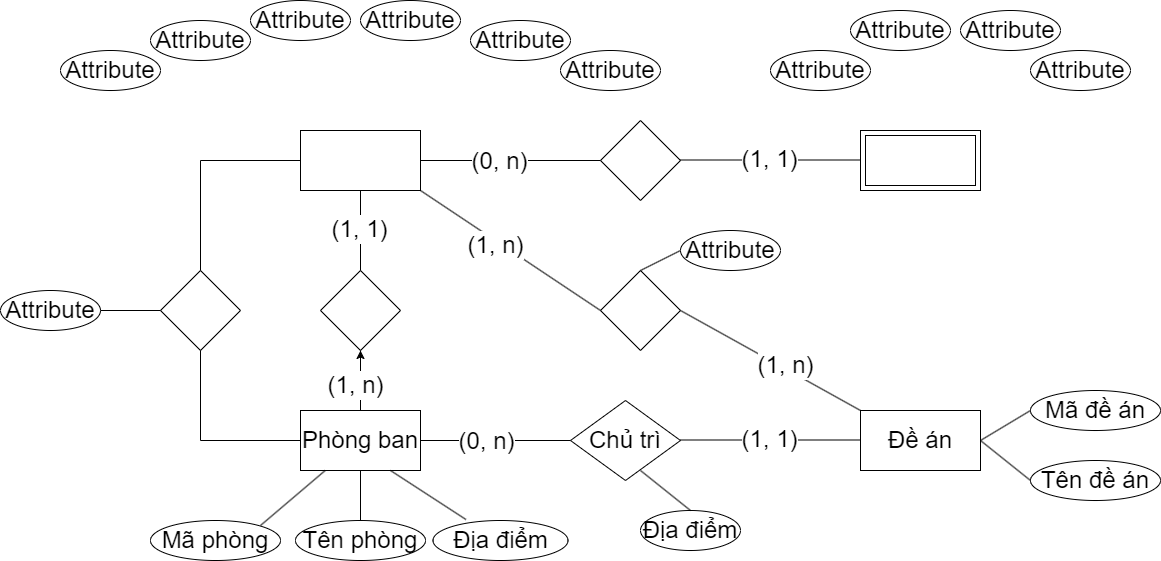
Above: Chương 2.png in datnham0212/learning (draw.io), before the change. Source tidied: cells renumbered, new cells last; positions are measured from the earlier drawing's top-left corner, leaving out a move shared by most shapes.
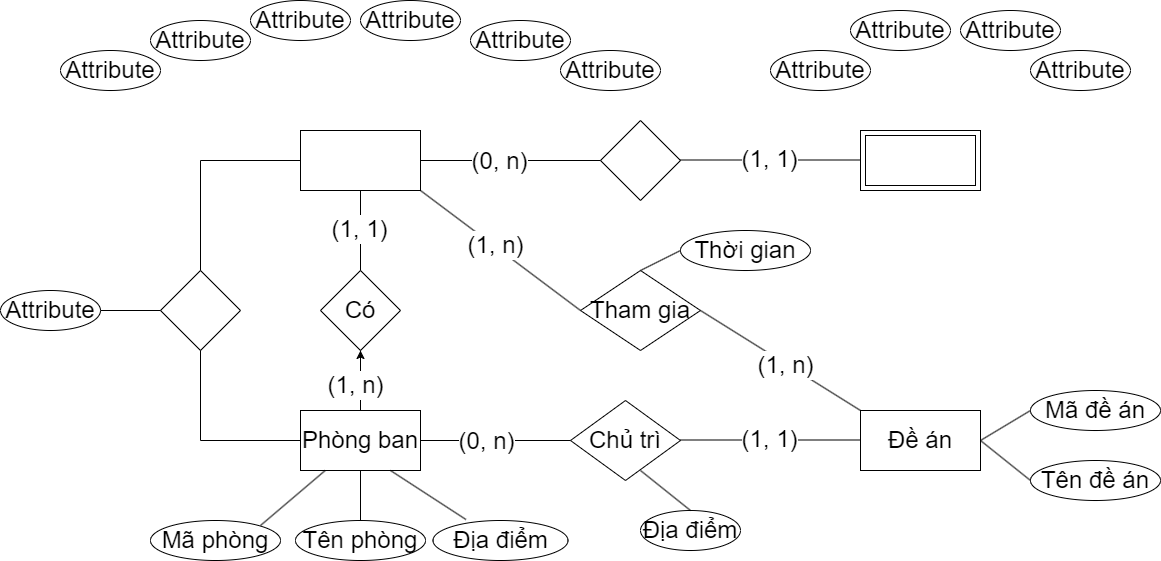
The same diagram one commit later.

What changed in the source:
```diff
@@ -107,7 +107,7 @@
         <mxPoint x="-12" y="8" as="offset" />
       </mxGeometry>
     </mxCell>
-    <mxCell id="31" style="rhombus;whiteSpace=wrap;html=1;fontSize=24;" parent="1" vertex="1">
+    <mxCell id="31" value="Có" style="rhombus;whiteSpace=wrap;html=1;fontSize=24;" parent="1" vertex="1">
       <mxGeometry x="320" y="270" width="80" height="80" as="geometry" />
     </mxCell>
     <mxCell id="32" style="endArrow=none;html=1;rounded=0;entryX=0.5;entryY=0;entryDx=0;entryDy=0;exitX=0.5;exitY=1;exitDx=0;exitDy=0;fontSize=24;" parent="1" edge="1" source="2" target="31">
@@ -129,8 +129,8 @@
         <mxPoint x="-6" y="-16" as="offset" />
       </mxGeometry>
     </mxCell>
-    <mxCell id="36" style="rhombus;whiteSpace=wrap;html=1;fontSize=24;" parent="1" vertex="1">
-      <mxGeometry x="600" y="270" width="80" height="80" as="geometry" />
+    <mxCell id="36" value="Tham gia" style="rhombus;whiteSpace=wrap;html=1;fontSize=24;" parent="1" vertex="1">
+      <mxGeometry x="580" y="270" width="120" height="80" as="geometry" />
     </mxCell>
     <mxCell id="37" style="endArrow=none;html=1;rounded=0;exitX=0;exitY=0.5;exitDx=0;exitDy=0;fontSize=24;" parent="1" edge="1" source="36">
       <mxGeometry relative="1" as="geometry">
@@ -142,8 +142,8 @@
         <mxPoint x="860" y="410" as="sourcePoint" />
       </mxGeometry>
     </mxCell>
-    <mxCell id="39" value="Attribute" style="ellipse;whiteSpace=wrap;html=1;align=center;fontSize=24;" parent="1" vertex="1">
-      <mxGeometry x="680" y="230" width="100" height="40" as="geometry" />
+    <mxCell id="39" value="Thời gian" style="ellipse;whiteSpace=wrap;html=1;align=center;fontSize=24;" parent="1" vertex="1">
+      <mxGeometry x="680" y="230" width="130" height="40" as="geometry" />
     </mxCell>
     <mxCell id="40" style="endArrow=none;html=1;rounded=0;entryX=0;entryY=0.5;entryDx=0;entryDy=0;fontSize=24;" parent="1" edge="1" target="39">
       <mxGeometry relative="1" as="geometry">
```
